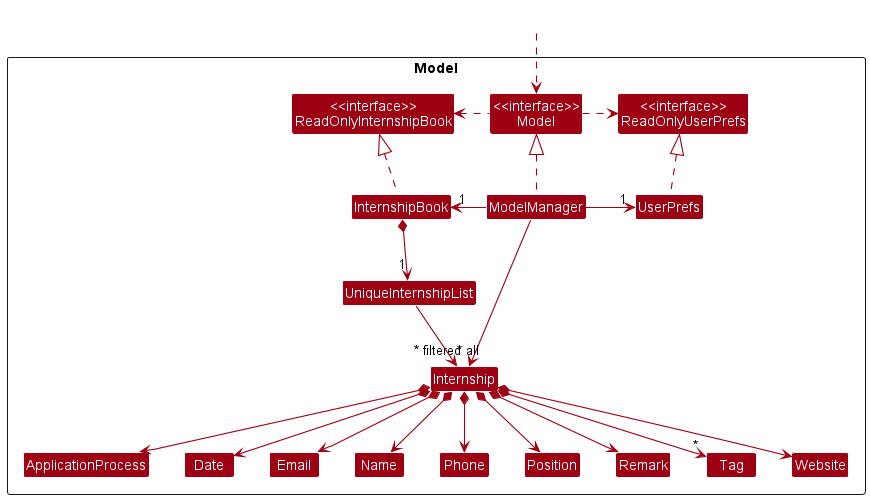
Above: docs/images/ModelClassDiagram.png in nus-cs2103-AY2223S1/tp (PlantUML), before the change.
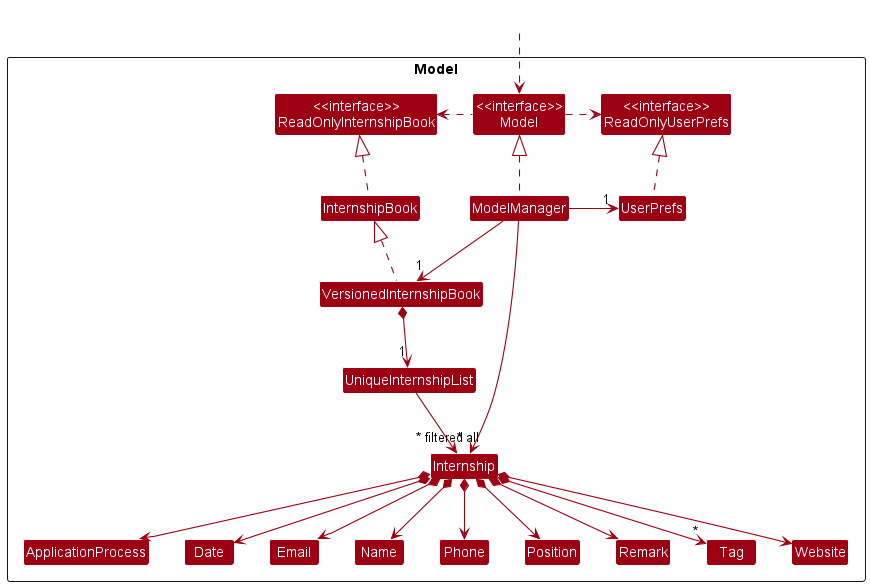
The same diagram one commit later.

Commit message:
Update model-related diagrams

Diff of the diagram source:
```diff
@@ -9,6 +9,7 @@
 Class "<<interface>>\nReadOnlyUserPrefs" as ReadOnlyUserPrefs
 Class "<<interface>>\nModel" as Model
 Class InternshipBook
+Class VersionedInternshipBook
 Class ModelManager
 Class UserPrefs
 
@@ -30,15 +31,16 @@
 HiddenOutside ..> Model
 
 InternshipBook .up.|> ReadOnlyInternshipBook
+VersionedInternshipBook .up.|> InternshipBook
 
 ModelManager .up.|> Model
 Model .right.> ReadOnlyUserPrefs
 Model .left.> ReadOnlyInternshipBook
-ModelManager -left-> "1" InternshipBook
+ModelManager -down-> "1" VersionedInternshipBook
 ModelManager -right-> "1" UserPrefs
 UserPrefs .up.|> ReadOnlyUserPrefs
 
-InternshipBook *--> "1" UniqueInternshipList
+VersionedInternshipBook *-->"1" UniqueInternshipList
 ModelManager -->"~* filtered" Internship
 UniqueInternshipList --> "~* all" Internship
 Internship *--> Name
```
